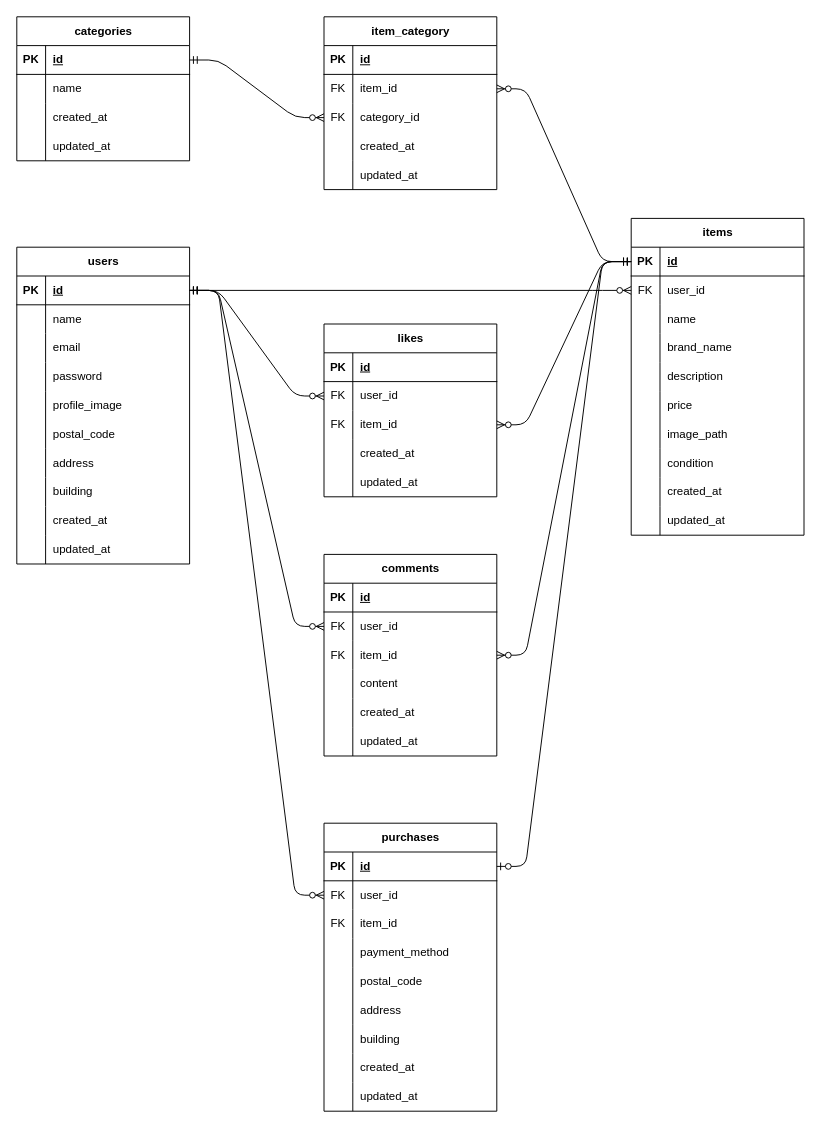
Above: src/docs/db/er.drawio in hogasuke/flea-market_vibe (draw.io), before the change. Source tidied: cells renumbered, new cells numbered last; positions are measured from the earlier drawing's top-left corner, leaving out a move shared by most shapes. Both pictures are drawn from the tidied source at 96%, with x=0, y=0 at pixel (-207, 16).
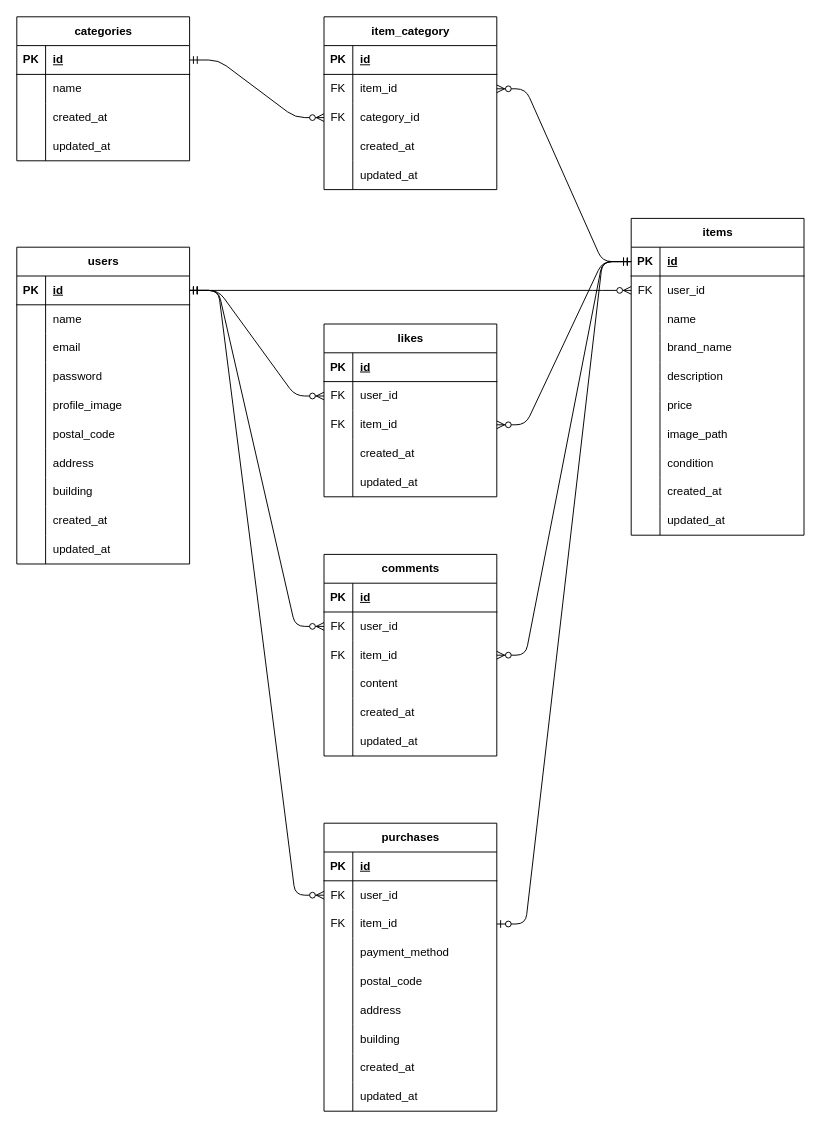
The same diagram, later.

Commit message (it also covers changes not shown here):
テーブル仕様書&ER図作成

The change refers to these unchanged cells:
```xml
<mxCell id="34" style="shape=tableRow;horizontal=0;startSize=0;swimlaneHead=0;swimlaneBody=0;fillColor=none;points=[[0,0.5],[1,0.5]];portConstraint=eastwest;top=0;left=0;right=0;bottom=1;" parent="33" vertex="1">
  <mxGeometry y="30" width="180" height="30" as="geometry" />
</mxCell>
<mxCell id="110" style="shape=tableRow;horizontal=0;startSize=0;swimlaneHead=0;swimlaneBody=0;fillColor=none;points=[[0,0.5],[1,0.5]];portConstraint=eastwest;top=0;left=0;right=0;bottom=1;" parent="109" vertex="1">
  <mxGeometry y="30" width="180" height="30" as="geometry" />
</mxCell>
<mxCell id="116" style="shape=tableRow;horizontal=0;startSize=0;swimlaneHead=0;swimlaneBody=0;fillColor=none;points=[[0,0.5],[1,0.5]];portConstraint=eastwest;top=0;left=0;right=0;bottom=0;" parent="109" vertex="1">
  <mxGeometry y="90" width="180" height="30" as="geometry" />
</mxCell>
```

The edit, as a diff of the source:
```diff
@@
-    <mxCell id="162" style="edgeStyle=entityRelationEdgeStyle;fontSize=12;html=1;endArrow=ERzeroToOne;startArrow=ERmandOne;entryX=1;entryY=0.5;entryDx=0;entryDy=0;exitX=0;exitY=0.5;exitDx=0;exitDy=0;" parent="1" edge="1" source="34" target="110">
+    <mxCell id="162" style="edgeStyle=entityRelationEdgeStyle;fontSize=12;html=1;endArrow=ERzeroToOne;startArrow=ERmandOne;entryX=1;entryY=0.5;entryDx=0;entryDy=0;exitX=0;exitY=0.5;exitDx=0;exitDy=0;" parent="1" edge="1" source="34" target="116">
       <mxGeometry relative="1" as="geometry" />
     </mxCell>
```
